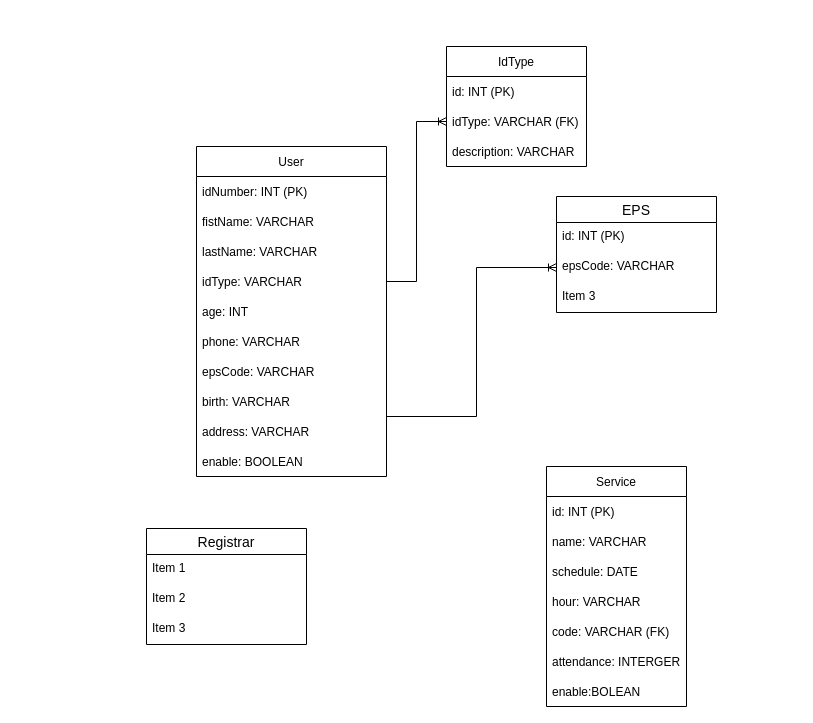
The draw.io diagram documentation/database-model.drawio in AlbertDeHoz/Control-de-aforo-para-la-parroquia-St-Martin-De-Tour, before the edit. Source tidied: cells renumbered, new cells numbered last; positions are measured from the earlier drawing's top-left corner, leaving out a move shared by most shapes. Both pictures are drawn from the tidied source at 100%, with x=0, y=0 at pixel (146, 46).
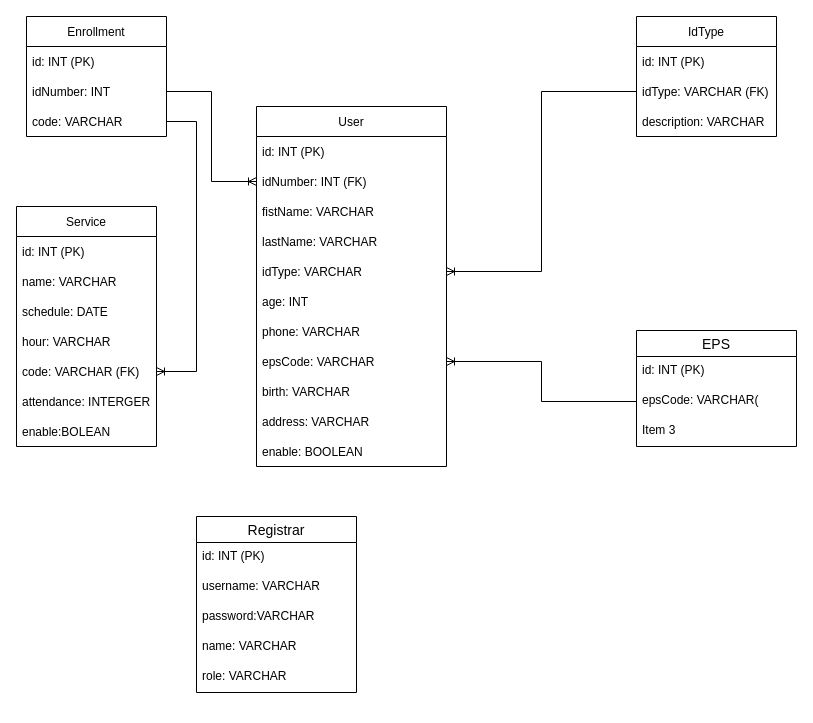
Above is the later version.

Commit message:
updating database model

The change refers to these unchanged cells:
```xml
<mxCell id="18" value="code: VARCHAR (FK)" style="text;strokeColor=none;fillColor=none;align=left;verticalAlign=middle;spacingLeft=4;spacingRight=4;overflow=hidden;points=[[0,0.5],[1,0.5]];portConstraint=eastwest;" parent="13" vertex="1">
  <mxGeometry y="150" width="140" height="30" as="geometry" />
</mxCell>
<mxCell id="23" value="idType: VARCHAR (FK)" style="text;strokeColor=none;fillColor=none;align=left;verticalAlign=middle;spacingLeft=4;spacingRight=4;overflow=hidden;points=[[0,0.5],[1,0.5]];portConstraint=eastwest;" parent="21" vertex="1">
  <mxGeometry y="60" width="140" height="30" as="geometry" />
</mxCell>
```

Change to the diagram source:
```diff
@@
     <mxCell id="2" value="User" style="swimlane;fontStyle=0;horizontal=1;startSize=30;" parent="1" vertex="1">
-      <mxGeometry x="50" y="100" width="190" height="330" as="geometry" />
+      <mxGeometry x="110" y="60" width="190" height="360" as="geometry" />
     </mxCell>
+    <mxCell id="35" value="id: INT (PK)" style="text;strokeColor=none;fillColor=none;align=left;verticalAlign=middle;spacingLeft=4;spacingRight=4;overflow=hidden;" parent="2" vertex="1">
+      <mxGeometry y="30" width="190" height="30" as="geometry" />
+    </mxCell>
-    <mxCell id="3" value="idNumber: INT (PK)" style="text;strokeColor=none;fillColor=none;align=left;verticalAlign=middle;spacingLeft=4;spacingRight=4;overflow=hidden;points=[[0,0.5],[1,0.5]];portConstraint=eastwest;" parent="2" vertex="1">
-      <mxGeometry y="30" width="190" height="30" as="geometry" />
+    <mxCell id="3" value="idNumber: INT (FK)" style="text;strokeColor=none;fillColor=none;align=left;verticalAlign=middle;spacingLeft=4;spacingRight=4;overflow=hidden;points=[[0,0.5],[1,0.5]];portConstraint=eastwest;" parent="2" vertex="1">
+      <mxGeometry y="60" width="190" height="30" as="geometry" />
     </mxCell>
     <mxCell id="4" value="fistName: VARCHAR               " style="text;strokeColor=none;fillColor=none;align=left;verticalAlign=middle;spacingLeft=4;spacingRight=4;overflow=hidden;" parent="2" vertex="1">
-      <mxGeometry y="60" width="190" height="30" as="geometry" />
+      <mxGeometry y="90" width="190" height="30" as="geometry" />
     </mxCell>
     <mxCell id="5" value="lastName: VARCHAR" style="text;strokeColor=none;fillColor=none;align=left;verticalAlign=middle;spacingLeft=4;spacingRight=4;overflow=hidden;" parent="2" vertex="1">
-      <mxGeometry y="90" width="190" height="30" as="geometry" />
+      <mxGeometry y="120" width="190" height="30" as="geometry" />
     </mxCell>
     <mxCell id="6" value="idType: VARCHAR" style="text;strokeColor=none;fillColor=none;align=left;verticalAlign=middle;spacingLeft=4;spacingRight=4;overflow=hidden;points=[[0,0.5],[1,0.5]];portConstraint=eastwest;" parent="2" vertex="1">
-      <mxGeometry y="120" width="190" height="30" as="geometry" />
+      <mxGeometry y="150" width="190" height="30" as="geometry" />
     </mxCell>
     <mxCell id="7" value="age: INT" style="text;strokeColor=none;fillColor=none;align=left;verticalAlign=middle;spacingLeft=4;spacingRight=4;overflow=hidden;" parent="2" vertex="1">
-      <mxGeometry y="150" width="190" height="30" as="geometry" />
+      <mxGeometry y="180" width="190" height="30" as="geometry" />
     </mxCell>
     <mxCell id="8" value="phone: VARCHAR" style="text;strokeColor=none;fillColor=none;align=left;verticalAlign=middle;spacingLeft=4;spacingRight=4;overflow=hidden;" parent="2" vertex="1">
-      <mxGeometry y="180" width="190" height="30" as="geometry" />
+      <mxGeometry y="210" width="190" height="30" as="geometry" />
     </mxCell>
     <mxCell id="9" value="epsCode: VARCHAR" style="text;strokeColor=none;fillColor=none;align=left;verticalAlign=middle;spacingLeft=4;spacingRight=4;overflow=hidden;points=[[0,0.5],[1,0.5]];portConstraint=eastwest;" parent="2" vertex="1">
-      <mxGeometry y="210" width="190" height="30" as="geometry" />
+      <mxGeometry y="240" width="190" height="30" as="geometry" />
     </mxCell>
     <mxCell id="10" value="birth: VARCHAR" style="text;strokeColor=none;fillColor=none;align=left;verticalAlign=middle;spacingLeft=4;spacingRight=4;overflow=hidden;" parent="2" vertex="1">
-      <mxGeometry y="240" width="190" height="30" as="geometry" />
+      <mxGeometry y="270" width="190" height="30" as="geometry" />
     </mxCell>
     <mxCell id="11" value="address: VARCHAR" style="text;strokeColor=none;fillColor=none;align=left;verticalAlign=middle;spacingLeft=4;spacingRight=4;overflow=hidden;" parent="2" vertex="1">
-      <mxGeometry y="270" width="190" height="30" as="geometry" />
+      <mxGeometry y="300" width="190" height="30" as="geometry" />
     </mxCell>
     <mxCell id="12" value="enable: BOOLEAN" style="text;strokeColor=none;fillColor=none;align=left;verticalAlign=middle;spacingLeft=4;spacingRight=4;overflow=hidden;" parent="2" vertex="1">
-      <mxGeometry y="300" width="190" height="30" as="geometry" />
+      <mxGeometry y="330" width="190" height="30" as="geometry" />
     </mxCell>
     <mxCell id="13" value="Service" style="swimlane;fontStyle=0;horizontal=1;startSize=30;" parent="1" vertex="1">
-      <mxGeometry x="400" y="420" width="140" height="240" as="geometry" />
+      <mxGeometry x="-130" y="160" width="140" height="240" as="geometry" />
     </mxCell>
@@
     <mxCell id="21" value="IdType" style="swimlane;fontStyle=0;horizontal=1;startSize=30;" parent="1" vertex="1">
-      <mxGeometry x="300" width="140" height="120" as="geometry" />
+      <mxGeometry x="490" y="-30" width="140" height="120" as="geometry" />
     </mxCell>
@@
-    <mxCell id="25" style="edgeStyle=elbowEdgeStyle;fontSize=12;html=1;endArrow=ERoneToMany;rounded=0;" parent="1" edge="1" source="6" target="23">
-      <mxGeometry relative="1" as="geometry" />
-    </mxCell>
     <mxCell id="26" value="EPS" style="swimlane;fontStyle=0;horizontal=1;startSize=26;align=center;fontSize=14;" parent="1" vertex="1">
-      <mxGeometry x="410" y="150" width="160" height="116" as="geometry" />
+      <mxGeometry x="490" y="284" width="160" height="116" as="geometry" />
     </mxCell>
@@
-    <mxCell id="28" value="epsCode: VARCHAR " style="text;strokeColor=none;fillColor=none;spacingLeft=4;spacingRight=4;overflow=hidden;points=[[0,0.5],[1,0.5]];portConstraint=eastwest;fontSize=12;" parent="26" vertex="1">
+    <mxCell id="28" value="epsCode: VARCHAR(" style="text;strokeColor=none;fillColor=none;spacingLeft=4;spacingRight=4;overflow=hidden;points=[[0,0.5],[1,0.5]];portConstraint=eastwest;fontSize=12;" parent="26" vertex="1">
       <mxGeometry y="56" width="160" height="30" as="geometry" />
     </mxCell>
@@
-    <mxCell id="30" style="edgeStyle=orthogonalEdgeStyle;fontSize=12;html=1;endArrow=ERoneToMany;rounded=0;entryX=0;entryY=0.5;entryDx=0;entryDy=0;" parent="1" edge="1" target="28">
-      <mxGeometry relative="1" as="geometry">
-        <mxPoint x="240" y="370" as="sourcePoint" />
-        <Array as="points">
-          <mxPoint x="330" y="370" />
-          <mxPoint x="330" y="221" />
-        </Array>
-      </mxGeometry>
-    </mxCell>
     <mxCell id="31" value="Registrar" style="swimlane;fontStyle=0;horizontal=1;startSize=26;align=center;fontSize=14;" parent="1" vertex="1">
-      <mxGeometry y="482" width="160" height="116" as="geometry" />
+      <mxGeometry x="50" y="470" width="160" height="176" as="geometry" />
     </mxCell>
+    <mxCell id="36" value="id: INT (PK)" style="text;strokeColor=none;fillColor=none;spacingLeft=4;spacingRight=4;overflow=hidden;fontSize=12;" parent="31" vertex="1">
+      <mxGeometry y="26" width="160" height="30" as="geometry" />
+    </mxCell>
-    <mxCell id="32" value="Item 1" style="text;strokeColor=none;fillColor=none;spacingLeft=4;spacingRight=4;overflow=hidden;fontSize=12;" parent="31" vertex="1">
-      <mxGeometry y="26" width="160" height="30" as="geometry" />
+    <mxCell id="32" value="username: VARCHAR" style="text;strokeColor=none;fillColor=none;spacingLeft=4;spacingRight=4;overflow=hidden;fontSize=12;" parent="31" vertex="1">
+      <mxGeometry y="56" width="160" height="30" as="geometry" />
     </mxCell>
-    <mxCell id="33" value="Item 2" style="text;strokeColor=none;fillColor=none;spacingLeft=4;spacingRight=4;overflow=hidden;fontSize=12;" parent="31" vertex="1">
-      <mxGeometry y="56" width="160" height="30" as="geometry" />
+    <mxCell id="33" value="password:VARCHAR" style="text;strokeColor=none;fillColor=none;spacingLeft=4;spacingRight=4;overflow=hidden;fontSize=12;" parent="31" vertex="1">
+      <mxGeometry y="86" width="160" height="30" as="geometry" />
     </mxCell>
-    <mxCell id="34" value="Item 3" style="text;strokeColor=none;fillColor=none;spacingLeft=4;spacingRight=4;overflow=hidden;fontSize=12;" parent="31" vertex="1">
-      <mxGeometry y="86" width="160" height="30" as="geometry" />
+    <mxCell id="34" value="name: VARCHAR" style="text;strokeColor=none;fillColor=none;spacingLeft=4;spacingRight=4;overflow=hidden;fontSize=12;" parent="31" vertex="1">
+      <mxGeometry y="116" width="160" height="30" as="geometry" />
     </mxCell>
+    <mxCell id="37" value="role: VARCHAR" style="text;strokeColor=none;fillColor=none;spacingLeft=4;spacingRight=4;overflow=hidden;fontSize=12;" parent="31" vertex="1">
+      <mxGeometry y="146" width="160" height="30" as="geometry" />
+    </mxCell>
+    <mxCell id="38" value="Enrollment" style="swimlane;fontStyle=0;horizontal=1;startSize=30;" parent="1" vertex="1">
+      <mxGeometry x="-120" y="-30" width="140" height="120" as="geometry" />
+    </mxCell>
+    <mxCell id="39" value="id: INT (PK)" style="text;strokeColor=none;fillColor=none;align=left;verticalAlign=middle;spacingLeft=4;spacingRight=4;overflow=hidden;" parent="38" vertex="1">
+      <mxGeometry y="30" width="140" height="30" as="geometry" />
+    </mxCell>
+    <mxCell id="40" value="idNumber: INT " style="text;strokeColor=none;fillColor=none;align=left;verticalAlign=middle;spacingLeft=4;spacingRight=4;overflow=hidden;points=[[0,0.5],[1,0.5]];portConstraint=eastwest;" parent="38" vertex="1">
+      <mxGeometry y="60" width="140" height="30" as="geometry" />
+    </mxCell>
+    <mxCell id="41" value="code: VARCHAR " style="text;strokeColor=none;fillColor=none;align=left;verticalAlign=middle;spacingLeft=4;spacingRight=4;overflow=hidden;points=[[0,0.5],[1,0.5]];portConstraint=eastwest;" parent="38" vertex="1">
+      <mxGeometry y="90" width="140" height="30" as="geometry" />
+    </mxCell>
+    <mxCell id="42" style="edgeStyle=orthogonalEdgeStyle;fontSize=12;html=1;endArrow=ERoneToMany;rounded=0;exitX=1;exitY=0.5;exitDx=0;exitDy=0;entryX=0;entryY=0.5;entryDx=0;entryDy=0;" parent="1" edge="1" source="40" target="3">
+      <mxGeometry relative="1" as="geometry" />
+    </mxCell>
+    <mxCell id="43" style="edgeStyle=orthogonalEdgeStyle;fontSize=12;html=1;endArrow=ERoneToMany;rounded=0;exitX=1;exitY=0.5;exitDx=0;exitDy=0;entryX=1;entryY=0.5;entryDx=0;entryDy=0;" parent="1" edge="1" source="41" target="18">
+      <mxGeometry relative="1" as="geometry">
+        <Array as="points">
+          <mxPoint x="50" y="75" />
+          <mxPoint x="50" y="325" />
+        </Array>
+      </mxGeometry>
+    </mxCell>
+    <mxCell id="44" style="edgeStyle=orthogonalEdgeStyle;fontSize=12;html=1;endArrow=ERoneToMany;rounded=0;exitX=0;exitY=0.5;exitDx=0;exitDy=0;entryX=1;entryY=0.5;entryDx=0;entryDy=0;" parent="1" edge="1" source="23" target="6">
+      <mxGeometry relative="1" as="geometry" />
+    </mxCell>
+    <mxCell id="45" style="edgeStyle=orthogonalEdgeStyle;fontSize=12;html=1;endArrow=ERoneToMany;rounded=0;exitX=0;exitY=0.5;exitDx=0;exitDy=0;entryX=1;entryY=0.5;entryDx=0;entryDy=0;" parent="1" edge="1" source="28" target="9">
+      <mxGeometry relative="1" as="geometry" />
+    </mxCell>
```
